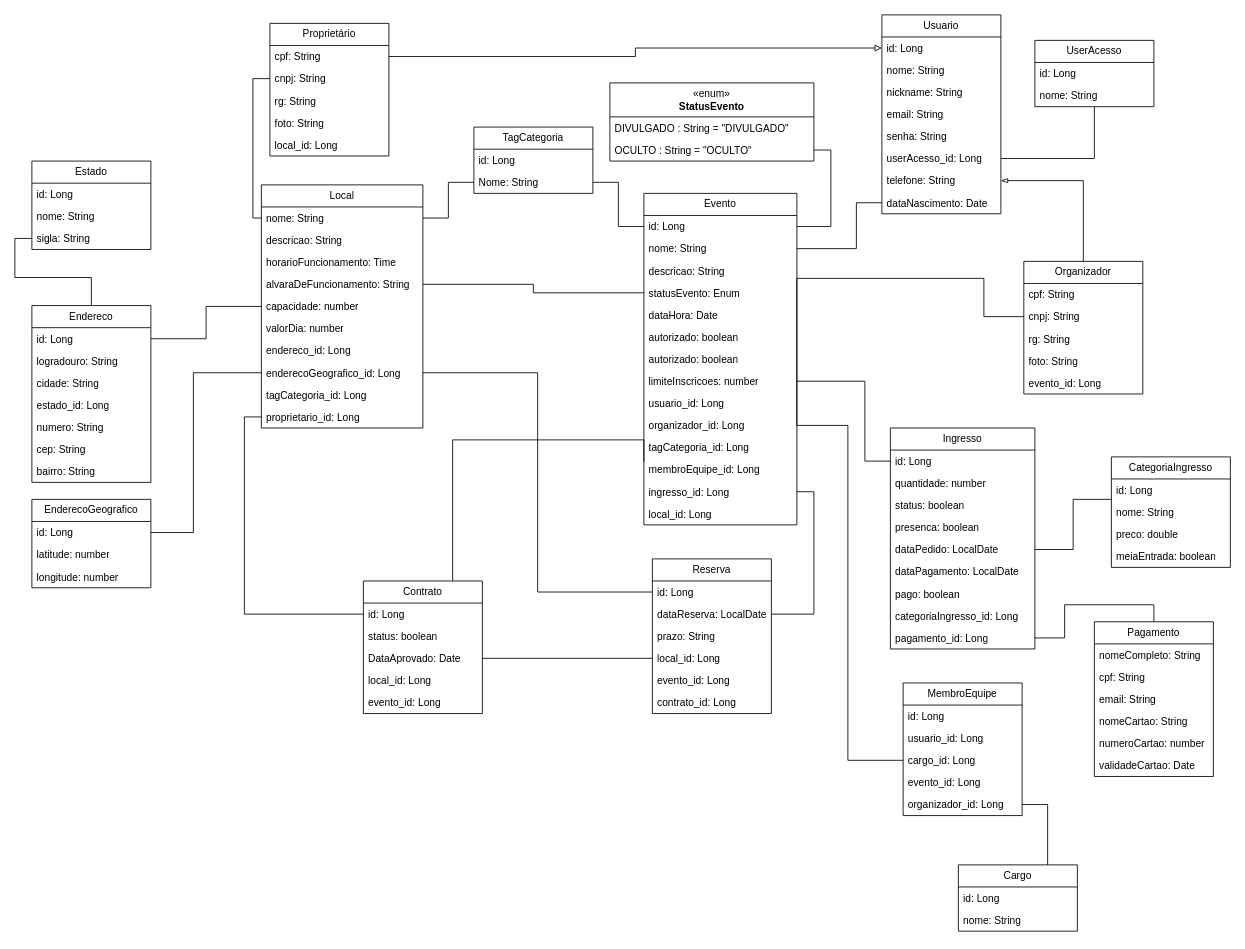
This is DiagramaDeClassesPokando.drawio from ChumeLabs-Pokando/Pokando, a draw.io file, before an edit. Source tidied: cells renumbered, new cells numbered last; positions are measured from the earlier drawing's top-left corner, leaving out a move shared by most shapes. Both pictures are drawn from the tidied source at 85%, with x=0, y=0 at pixel (31, 14).
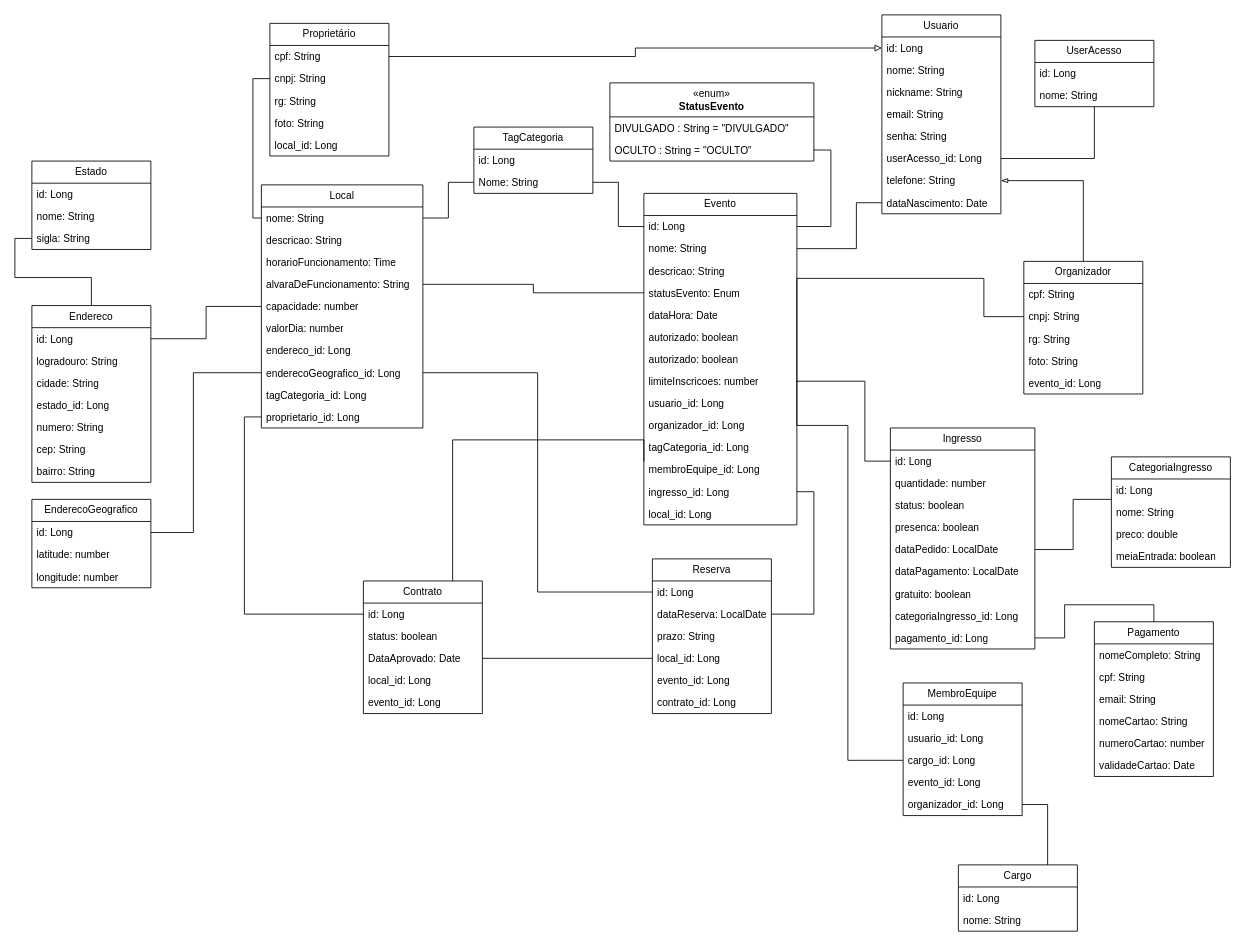
Above is the later version.

Commit message:
atu - atributo pago de ingresso

Unchanged cells that the change refers to:
```xml
<mxCell id="46" value="Ingresso" style="swimlane;fontStyle=0;horizontal=1;startSize=26;fillColor=none;whiteSpace=wrap;html=1;" parent="1" vertex="1">
  <mxGeometry x="1010" y="486" width="170" height="260" as="geometry" />
</mxCell>
```

What changed in the source:
```diff
@@
-    <mxCell id="53" value="pago: boolean" style="text;strokeColor=none;fillColor=none;align=left;verticalAlign=top;spacingLeft=4;spacingRight=4;overflow=hidden;whiteSpace=wrap;html=1;" parent="46" vertex="1">
+    <mxCell id="53" value="gratuito: boolean" style="text;strokeColor=none;fillColor=none;align=left;verticalAlign=top;spacingLeft=4;spacingRight=4;overflow=hidden;whiteSpace=wrap;html=1;" parent="46" vertex="1">
       <mxGeometry y="182" width="170" height="26" as="geometry" />
     </mxCell>
```
